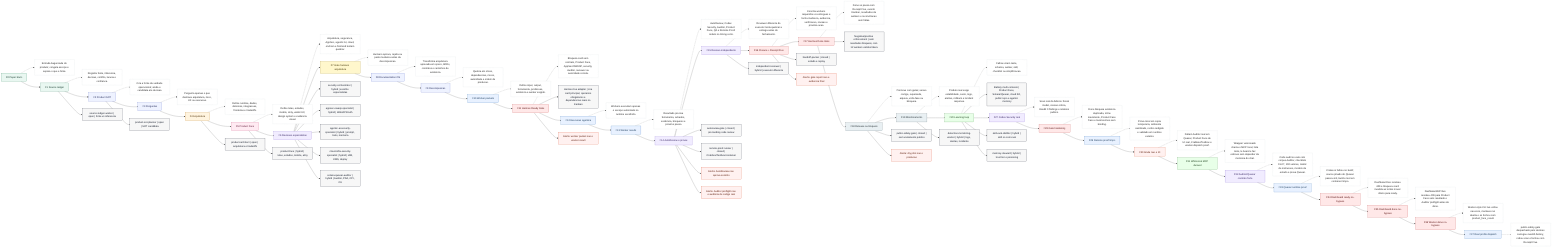
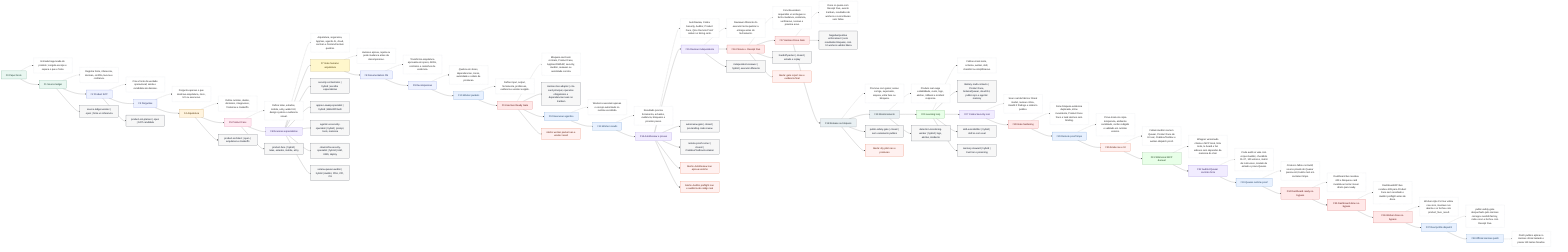
flowchart LR
  F0["F0 Paper bruto"]:::source
  F0D["Entrada baguncada do produto; congela escopo e separa o que e fonte."]:::desc
  F0 -.-> F0D
  F0 --> F1

  F1["F1 Source ledger"]:::source
  F1D["Registra fonte, inferencia, decisao, conflito, lacuna e confianca."]:::desc
  F1 -.-> F1D
  F1 --> F2

  F2["F2 Product SOT"]:::planning
  F2D["Cria a fonte da verdade operacional; ainda e candidata ate decisao."]:::desc
  F2 -.-> F2D
  F2 --> F3

  F3["F3 Perguntas"]:::planning
  F3D["Pergunta apenas o que destrava arquitetura, risco, UX ou execucao."]:::desc
  F3 -.-> F3D
  F3 --> F4

  F4["F4 Arquitetura"]:::architecture
  F4D["Define runtime, dados, dominios, integracoes, fronteiras e tradeoffs."]:::desc
  F4 -.-> F4D
  F4 --> F5

  F5["F5 Product Face"]:::face
  F5D["Define telas, estados, mobile, a11y, wallet UX, design system e evidencia visual."]:::desc
  F5 -.-> F5D
  F5 --> F6

  F6["F6 Revisoes especialistas"]:::review
  F6D["Arquitetura, seguranca, AppSec, agentic AI, cloud, onchain e frontend tentam quebrar."]:::desc
  F6 -.-> F6D
  F6 --> F7

  F7["F7 Gate humano arquitetura"]:::human
  F7D["Humano aprova, rejeita ou pede mudanca antes da decomposicao."]:::desc
  F7 -.-> F7D
  F7 --> F8

  F8["F8 Documentation OS"]:::planning
  F8D["Transforma arquitetura aprovada em specs, ADRs, contratos e caminhos de evidencia."]:::desc
  F8 -.-> F8D
  F8 --> F9

  F9["F9 Decomposicao"]:::planning
  F9D["Quebra em slices, dependencias, riscos, autoridade e ordem de producao."]:::desc
  F9 -.-> F9D
  F9 --> F10

  F10["F10 Worker packets"]:::execution
  F10D["Define input, output, ferramenta, proibicoes, evidencia e worker exigido."]:::desc
  F10 -.-> F10D
  F10 --> F11

  F11["F11 Hermes Ready Gate"]:::gate
  F11D["Bloqueia card sem contrato, Product Face, AppSec/OWASP, security, Auditor, reviewer ou autoridade correta."]:::desc
  F11 -.-> F11D
  F11 --> H1["Hermes live adapter | cria card principal, operarios obrigatorios e dependencias reais no Kanban"]:::worker
  F11 --> F12

  F12["F12 Execucao agentica"]:::execution
  F12D["Workers executam apenas o escopo autorizado no runtime escolhido."]:::desc
  F12 -.-> F12D
  F12 --> F13

  F13["F13 Worker results"]:::execution
  F13D["Resultado precisa ferramenta, achados, evidencia, bloqueios e proximo passo."]:::desc
  F13 -.-> F13D
  F13 --> F14

  F14["F14 AutoReview e provas"]:::review
  F14D["AutoReview, Codex Security, Auditor, Product Face, QA e Remote Proof rodam no timing certo."]:::desc
  F14 -.-> F14D
  F14 --> F15

  F15["F15 Revisao independente"]:::review
  F15D["Reviewer diferente do executor tenta quebrar a entrega antes do fechamento."]:::desc
  F15 -.-> F15D
  F15 --> F16

  F16["F16 Closure + Receipt Five"]:::gate
  F16D["Concilia workers requeridos vs entregues e fecha mudanca, evidencia, verificacao, revisao e proxima acao."]:::desc
  F16 -.-> F16D
  F16 --> F17

  F17["F17 Hermes Done Gate"]:::gate
  F17D["Done so passa com Receipt Five, evento Kanban, resultados de workers e reconciliacao sem faltas."]:::desc
  F17 -.-> F17D
  F17 --> H2["Negative/positive enforcement | sem resultados bloqueia; com 12 workers validos libera"]:::worker
  F17 --> F18

  F18["F18 Release ou bloqueio"]:::release
  F18D["Promove com gates; senao corrige, supersede, arquiva, volta fase ou bloqueia."]:::desc
  F18 -.-> F18D
  F18 --> F19

  F19["F19 Monitoramento"]:::release
  F19D["Produto real exige estabilidade, custo, logs, alertas, rollback e incident response."]:::desc
  F19 -.-> F19D
  F19 --> F20

  F20["F20 Learning loop"]:::learning
  F20D["Falhas viram teste, schema, worker, skill, checklist ou simplificacao."]:::desc
  F20 -.-> F20D
  F20 --> H3["Battery multi-contexto | Product Face, Solana/Quasar, cloud R4, public repo e agentic memory"]:::worker
  F20 --> F27

  F27["F27 Codex Security real"]:::review
  F27D["Scan real da fabrica: threat model, revisao critica, Bandit 0 findings e relatorio publico."]:::desc
  F27 -.-> F27D
  F27 --> F28

  F28["F28 Gate hardening"]:::gate
  F28D["Done bloqueia evidencia duplicada, inline inexistente, Product Face fraco e task Hermes sem binding."]:::desc
  F28 -.-> F28D
  F28 --> F29

  F29["F29 Remote proof limpo"]:::execution
  F29D["Prova local em copia temporaria, ambiente sanitizado, recibo redigido e validado em runtime externo."]:::desc
  F29 -.-> F29D
  F29 --> F30

  F30["F30 Ainda nao e 10"]:::alert
  F30D["Faltam Auditor real em Quasar, Product Face de UI real, Crabbox/Testbox e worker-dispatch proof."]:::desc
  F30 -.-> F30D
  F30 --> F31

  F31["F31 Whimsical MCP duravel"]:::learning
  F31D["Wrapper versionado chama o MCP local, lista tools, le board e faz edicoes sem depender da memoria do chat."]:::desc
  F31 -.-> F31D
  F31 --> F32

  F32["F32 Auditor/Quasar contrato forte"]:::review
  F32D["Code audit so vale com corpus Auditor, checklists 01-07, 100 vetores, matriz de instrucoes, modelo de estado e prova Quasar."]:::desc
  F32 -.-> F32D
  F32 --> F33

  F33["F33 Quasar runtime proof"]:::execution
  F33D["Crates.io falhou no build; source pinado do Quasar passou init, build e test em container limpo."]:::desc
  F33 -.-> F33D
  F33 --> F34

  F34["F34 Dashboard ready no-bypass"]:::gate
  F34D["Dashboard live recebeu 409 e bloqueou card invalida ao tentar mover direto para ready."]:::desc
  F34 -.-> F34D
  F34 --> F35

  F35["F35 Dashboard done no-bypass"]:::gate
  F35D["Dashboard/API live recebeu 409 para Product Face sem resultado e Auditor preflight antes de done."]:::desc
  F35 -.-> F35D
  F35 --> F36

  F36["F36 Worker done no-bypass"]:::gate
  F36D["Worker-style CLI live voltou nao-zero, manteve run aberta e so fechou com product_face_result."]:::desc
  F36 -.-> F36D
  F36 --> F37

  F37["F37 Real profile dispatch"]:::execution
  F37D["public-safety-gate despachado pelo Hermes carregou overkill-factory, rodou scan e fechou com Receipt Five."]:::desc
  F37 -.-> F37D
+   F37 --> F38
+ 
+   F38["F38 Official Hermes patch"]:::execution
+   F38D["Patch publico aplica no Hermes oficial testado e passa 119 testes focados."]:::desc
+   F38 -.-> F38D

  F1 --> W1["source-ledger-worker | open | fonte vs inferencia"]:::worker
  F2 --> W2["product-sot-planner | open | SOT candidata"]:::worker
  F4 --> W3["product-architect | open | arquitetura e tradeoffs"]:::worker
  F5 --> W4["product-face | hybrid | telas, estados, mobile, a11y"]:::worker
  F6 --> W5["security-orchestrator | hybrid | escolhe especialistas"]:::worker
  F6 --> W6["appsec-owasp-specialist | hybrid | Web/API/Auth"]:::worker
  F6 --> W7["agentic-ai-security-specialist | hybrid | prompt, tools, memoria"]:::worker
  F6 --> W8["cloud-infra-security-specialist | hybrid | IAM, KMS, deploy"]:::worker
  F6 --> W9["solana-quasar-auditor | hybrid | Auditor, PDA, CPI, CU"]:::worker
  F14 --> W10["autoreview-gate | closed | pre-landing code review"]:::worker
  F14 --> W11["remote-proof-runner | closed | Crabbox/Testbox/container"]:::worker
  F15 --> W12["independent-reviewer | hybrid | executor diferente"]:::worker
  F16 --> W13["handoff-packer | closed | estado e replay"]:::worker
  F18 --> W14["public-safety-gate | closed | sem vazamento publico"]:::worker
  F19 --> W15["detection-monitoring-worker | hybrid | logs, alertas, incidente"]:::worker
  F20 --> W16["skill-eval-distiller | hybrid | skill so com eval"]:::worker
  F20 --> W17["memory-steward | hybrid | trust tier e poisoning"]:::worker

  F11 --> A1["Alerta: worker packet nao e worker result"]:::alert
  F16 --> A2["Alerta: gate report nao e evidencia final"]:::alert
  F14 --> A3["Alerta: AutoReview nao aprova sozinho"]:::alert
  F14 --> A4["Alerta: Auditor preflight nao e auditoria de codigo real"]:::alert
  F18 --> A5["Alerta: dry pilot nao e producao"]:::alert

  classDef source fill:#e9f7f1,stroke:#217a54,color:#12372a;
  classDef planning fill:#eef2ff,stroke:#4f63c6,color:#1c2455;
  classDef architecture fill:#fff4df,stroke:#b36b00,color:#4a2d00;
  classDef face fill:#ffeaf2,stroke:#c23b72,color:#5f1735;
  classDef review fill:#f1ecff,stroke:#7656c9,color:#33215f;
  classDef human fill:#fff7cc,stroke:#9b7a00,color:#3d3000;
  classDef execution fill:#e8f1ff,stroke:#2e6db5,color:#173858;
  classDef gate fill:#ffe8e8,stroke:#bf3434,color:#5a1111;
  classDef release fill:#e9f0f3,stroke:#51626b,color:#202b30;
  classDef learning fill:#e8ffe8,stroke:#3b8b3b,color:#173d17;
  classDef desc fill:#ffffff,stroke:#aab3bd,color:#222222,stroke-dasharray: 3 3;
  classDef worker fill:#f7f7f7,stroke:#111827,color:#111827;
  classDef alert fill:#fff1f0,stroke:#d4380d,color:#5c1a08;
